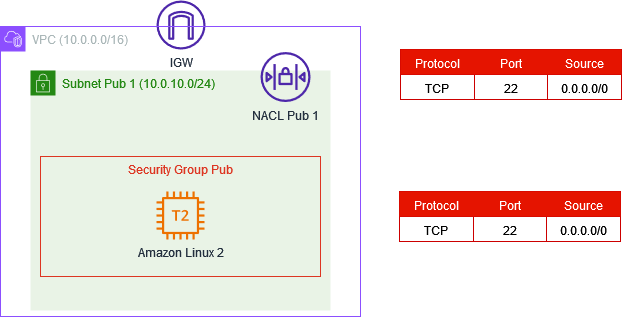
smscully/python-aws-scripts keeps this draw.io diagram as terraform-aws-test-env/img/aws-test-env.png. Above is the earlier version. Source tidied: cells renumbered, new cells last; positions are measured from the earlier drawing's top-left corner, leaving out a move shared by most shapes.
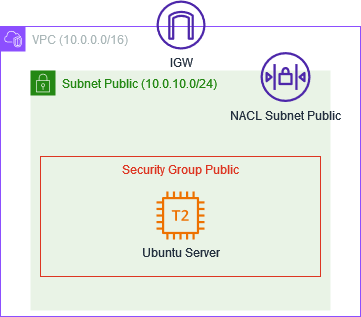
The same file after the commit.

Change to the diagram source:
```diff
@@ -2,80 +2,26 @@
   <root>
     <mxCell id="0" />
     <mxCell id="1" parent="0" />
-    <mxCell id="2" value="Subnet Pub 1 (10.0.10.0/24)" style="gradientColor=none;html=1;whiteSpace=wrap;fontSize=12;fontStyle=0;shape=mxgraph.aws4.group;grIcon=mxgraph.aws4.group_security_group;grStroke=0;strokeColor=#248814;fillColor=#E9F3E6;verticalAlign=top;align=left;spacingLeft=30;fontColor=#248814;dashed=0;" parent="1" vertex="1">
+    <mxCell id="2" value="Subnet Public (10.0.10.0/24)" style="gradientColor=none;html=1;whiteSpace=wrap;fontSize=12;fontStyle=0;shape=mxgraph.aws4.group;grIcon=mxgraph.aws4.group_security_group;grStroke=0;strokeColor=#248814;fillColor=#E9F3E6;verticalAlign=top;align=left;spacingLeft=30;fontColor=#248814;dashed=0;" parent="1" vertex="1">
       <mxGeometry x="30" y="70" width="300" height="240" as="geometry" />
     </mxCell>
-    <mxCell id="3" value="Security Group Pub" style="fillColor=none;strokeColor=#DD3522;verticalAlign=top;fontStyle=0;fontColor=#DD3522;" parent="1" vertex="1">
+    <mxCell id="3" value="Security Group Public" style="fillColor=none;strokeColor=#DD3522;verticalAlign=top;fontStyle=0;fontColor=#DD3522;" parent="1" vertex="1">
       <mxGeometry x="40" y="156" width="280" height="120" as="geometry" />
     </mxCell>
-    <mxCell id="4" value="IGW" style="sketch=0;fontColor=#232F3E;gradientColor=none;fillColor=#4D27AA;strokeColor=none;dashed=0;verticalLabelPosition=bottom;verticalAlign=top;align=center;html=1;fontSize=12;fontStyle=0;shape=mxgraph.aws4.internet_gateway;" parent="1" vertex="1">
-      <mxGeometry x="156" width="49" height="49" as="geometry" />
-    </mxCell>
-    <mxCell id="5" value="NACL Pub 1" style="sketch=0;fontColor=#232F3E;gradientColor=none;fillColor=#4D27AA;strokeColor=none;dashed=0;verticalLabelPosition=bottom;verticalAlign=top;align=center;html=1;fontSize=12;fontStyle=0;shape=mxgraph.aws4.network_access_control_list;" parent="1" vertex="1">
+    <mxCell id="5" value="&lt;div&gt;NACL Subnet Public&lt;/div&gt;" style="sketch=0;fontColor=#232F3E;gradientColor=none;fillColor=#4D27AA;strokeColor=none;dashed=0;verticalLabelPosition=bottom;verticalAlign=top;align=center;html=1;fontSize=12;fontStyle=0;shape=mxgraph.aws4.network_access_control_list;" parent="1" vertex="1">
       <mxGeometry x="260" y="51.5" width="50" height="50" as="geometry" />
     </mxCell>
-    <mxCell id="6" value="&lt;div&gt;Amazon Linux 2&lt;/div&gt;" style="sketch=0;fontColor=#232F3E;gradientColor=none;fillColor=#ED7100;strokeColor=none;dashed=0;verticalLabelPosition=bottom;verticalAlign=top;align=center;html=1;fontSize=12;fontStyle=0;shape=mxgraph.aws4.t2_instance;" parent="1" vertex="1">
+    <mxCell id="6" value="Ubuntu Server" style="sketch=0;fontColor=#232F3E;gradientColor=none;fillColor=#ED7100;strokeColor=none;dashed=0;verticalLabelPosition=bottom;verticalAlign=top;align=center;html=1;fontSize=12;fontStyle=0;shape=mxgraph.aws4.t2_instance;" parent="1" vertex="1">
       <mxGeometry x="156" y="191" width="48" height="48" as="geometry" />
     </mxCell>
     <mxCell id="7" value="VPC (10.0.0.0/16)" style="gradientColor=none;html=1;whiteSpace=wrap;fontSize=12;fontStyle=0;shape=mxgraph.aws4.group;grIcon=mxgraph.aws4.group_vpc2;strokeColor=#8C4FFF;fillColor=none;verticalAlign=top;align=left;spacingLeft=30;fontColor=#AAB7B8;dashed=0;" parent="1" vertex="1">
       <mxGeometry y="26" width="360" height="290" as="geometry" />
     </mxCell>
-    <mxCell id="8" style="shape=table;startSize=0;fontSize=16;strokeColor=#CC0000;" parent="1" vertex="1">
-      <mxGeometry x="399" y="191" width="221" height="50" as="geometry" />
-    </mxCell>
-    <mxCell id="9" style="shape=tableRow;horizontal=0;startSize=0;swimlaneHead=0;swimlaneBody=0;strokeColor=#B20000;top=0;left=0;bottom=0;right=0;fillColor=#e51400;fontSize=12;fontColor=#ffffff;" parent="8" vertex="1">
-      <mxGeometry width="221" height="25" as="geometry" />
-    </mxCell>
-    <mxCell id="10" value="&lt;font style=&quot;font-size: 12px;&quot; color=&quot;#ffffff&quot;&gt;Protocol&lt;/font&gt;" style="shape=partialRectangle;html=1;whiteSpace=wrap;strokeColor=inherit;overflow=hidden;fillColor=none;top=0;left=0;bottom=0;right=0;fontSize=16;" parent="9" vertex="1">
-      <mxGeometry width="74" height="25" as="geometry" />
-    </mxCell>
-    <mxCell id="11" value="&lt;font color=&quot;#ffffff&quot; style=&quot;font-size: 12px;&quot;&gt;Port&lt;/font&gt;" style="shape=partialRectangle;html=1;whiteSpace=wrap;strokeColor=inherit;overflow=hidden;fillColor=none;top=0;left=0;bottom=0;right=0;fontSize=16;" parent="9" vertex="1">
-      <mxGeometry x="74" width="73" height="25" as="geometry" />
-    </mxCell>
-    <mxCell id="12" value="&lt;font color=&quot;#ffffff&quot; style=&quot;font-size: 12px;&quot;&gt;Source&lt;/font&gt;" style="shape=partialRectangle;html=1;whiteSpace=wrap;strokeColor=inherit;overflow=hidden;fillColor=none;top=0;left=0;bottom=0;right=0;fontSize=16;" parent="9" vertex="1">
-      <mxGeometry x="147" width="74" height="25" as="geometry" />
-    </mxCell>
-    <mxCell id="13" style="shape=tableRow;horizontal=0;startSize=0;swimlaneHead=0;swimlaneBody=0;strokeColor=inherit;top=0;left=0;bottom=0;right=0;fillColor=none;fontSize=16;" parent="8" vertex="1">
-      <mxGeometry y="25" width="221" height="25" as="geometry" />
-    </mxCell>
-    <mxCell id="14" value="&lt;font style=&quot;font-size: 12px;&quot;&gt;TCP&lt;/font&gt;" style="shape=partialRectangle;html=1;whiteSpace=wrap;strokeColor=inherit;overflow=hidden;fillColor=none;top=0;left=0;bottom=0;right=0;fontSize=16;" parent="13" vertex="1">
-      <mxGeometry width="74" height="25" as="geometry" />
-    </mxCell>
-    <mxCell id="15" value="&lt;font style=&quot;font-size: 12px;&quot;&gt;22&lt;/font&gt;" style="shape=partialRectangle;html=1;whiteSpace=wrap;strokeColor=inherit;overflow=hidden;fillColor=none;top=0;left=0;bottom=0;right=0;fontSize=16;" parent="13" vertex="1">
-      <mxGeometry x="74" width="73" height="25" as="geometry" />
-    </mxCell>
-    <mxCell id="16" value="&lt;font style=&quot;font-size: 12px;&quot;&gt;0.0.0.0/0&lt;/font&gt;" style="shape=partialRectangle;html=1;whiteSpace=wrap;strokeColor=inherit;overflow=hidden;fillColor=none;top=0;left=0;bottom=0;right=0;fontSize=16;" parent="13" vertex="1">
-      <mxGeometry x="147" width="74" height="25" as="geometry" />
-    </mxCell>
     <mxCell id="17" style="edgeStyle=orthogonalEdgeStyle;rounded=0;orthogonalLoop=1;jettySize=auto;html=1;exitX=0.5;exitY=1;exitDx=0;exitDy=0;" parent="1" edge="1" source="3" target="3">
       <mxGeometry relative="1" as="geometry" />
     </mxCell>
-    <mxCell id="18" style="shape=table;startSize=0;fontSize=16;strokeColor=#CC0000;" parent="1" vertex="1">
-      <mxGeometry x="400" y="49" width="221" height="50" as="geometry" />
-    </mxCell>
-    <mxCell id="19" style="shape=tableRow;horizontal=0;startSize=0;swimlaneHead=0;swimlaneBody=0;strokeColor=#B20000;top=0;left=0;bottom=0;right=0;fillColor=#e51400;fontSize=12;fontColor=#ffffff;" parent="18" vertex="1">
-      <mxGeometry width="221" height="25" as="geometry" />
-    </mxCell>
-    <mxCell id="20" value="&lt;font style=&quot;font-size: 12px;&quot; color=&quot;#ffffff&quot;&gt;Protocol&lt;/font&gt;" style="shape=partialRectangle;html=1;whiteSpace=wrap;strokeColor=inherit;overflow=hidden;fillColor=none;top=0;left=0;bottom=0;right=0;fontSize=16;" parent="19" vertex="1">
-      <mxGeometry width="74" height="25" as="geometry" />
-    </mxCell>
-    <mxCell id="21" value="&lt;font color=&quot;#ffffff&quot; style=&quot;font-size: 12px;&quot;&gt;Port&lt;/font&gt;" style="shape=partialRectangle;html=1;whiteSpace=wrap;strokeColor=inherit;overflow=hidden;fillColor=none;top=0;left=0;bottom=0;right=0;fontSize=16;" parent="19" vertex="1">
-      <mxGeometry x="74" width="73" height="25" as="geometry" />
-    </mxCell>
-    <mxCell id="22" value="&lt;font color=&quot;#ffffff&quot; style=&quot;font-size: 12px;&quot;&gt;Source&lt;/font&gt;" style="shape=partialRectangle;html=1;whiteSpace=wrap;strokeColor=inherit;overflow=hidden;fillColor=none;top=0;left=0;bottom=0;right=0;fontSize=16;" parent="19" vertex="1">
-      <mxGeometry x="147" width="74" height="25" as="geometry" />
-    </mxCell>
-    <mxCell id="23" style="shape=tableRow;horizontal=0;startSize=0;swimlaneHead=0;swimlaneBody=0;strokeColor=inherit;top=0;left=0;bottom=0;right=0;fillColor=none;fontSize=16;" parent="18" vertex="1">
-      <mxGeometry y="25" width="221" height="25" as="geometry" />
-    </mxCell>
-    <mxCell id="24" value="&lt;font style=&quot;font-size: 12px;&quot;&gt;TCP&lt;/font&gt;" style="shape=partialRectangle;html=1;whiteSpace=wrap;strokeColor=inherit;overflow=hidden;fillColor=none;top=0;left=0;bottom=0;right=0;fontSize=16;" parent="23" vertex="1">
-      <mxGeometry width="74" height="25" as="geometry" />
-    </mxCell>
-    <mxCell id="25" value="&lt;font style=&quot;font-size: 12px;&quot;&gt;22&lt;/font&gt;" style="shape=partialRectangle;html=1;whiteSpace=wrap;strokeColor=inherit;overflow=hidden;fillColor=none;top=0;left=0;bottom=0;right=0;fontSize=16;" parent="23" vertex="1">
-      <mxGeometry x="74" width="73" height="25" as="geometry" />
-    </mxCell>
-    <mxCell id="26" value="&lt;font style=&quot;font-size: 12px;&quot;&gt;0.0.0.0/0&lt;/font&gt;" style="shape=partialRectangle;html=1;whiteSpace=wrap;strokeColor=inherit;overflow=hidden;fillColor=none;top=0;left=0;bottom=0;right=0;fontSize=16;" parent="23" vertex="1">
-      <mxGeometry x="147" width="74" height="25" as="geometry" />
-    </mxCell>
+    <mxCell id="4" value="IGW" style="sketch=0;fontColor=#232F3E;gradientColor=none;fillColor=#4D27AA;strokeColor=none;dashed=0;verticalLabelPosition=bottom;verticalAlign=top;align=center;html=1;fontSize=12;fontStyle=0;shape=mxgraph.aws4.internet_gateway;" parent="1" vertex="1">
+      <mxGeometry x="156" width="49" height="49" as="geometry" />
+    </mxCell>
   </root>
 </mxGraphModel>
```
